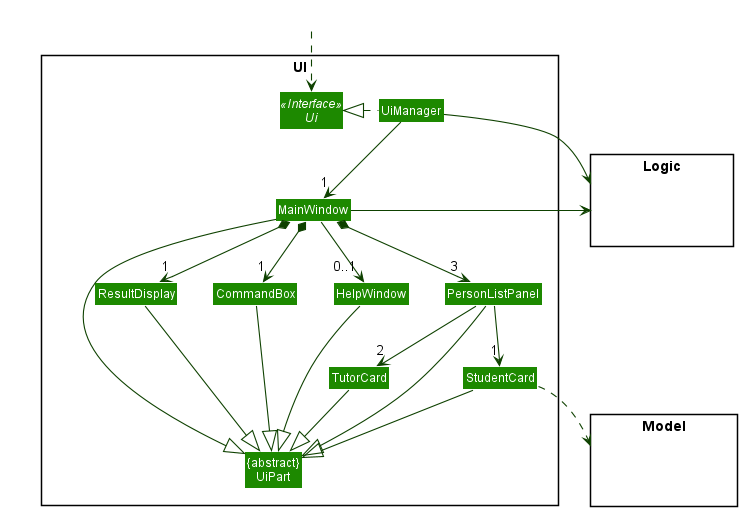
Before: docs/images/UiClassDiagram.png, a diagram exported from PlantUML (tenebrius1/tp).
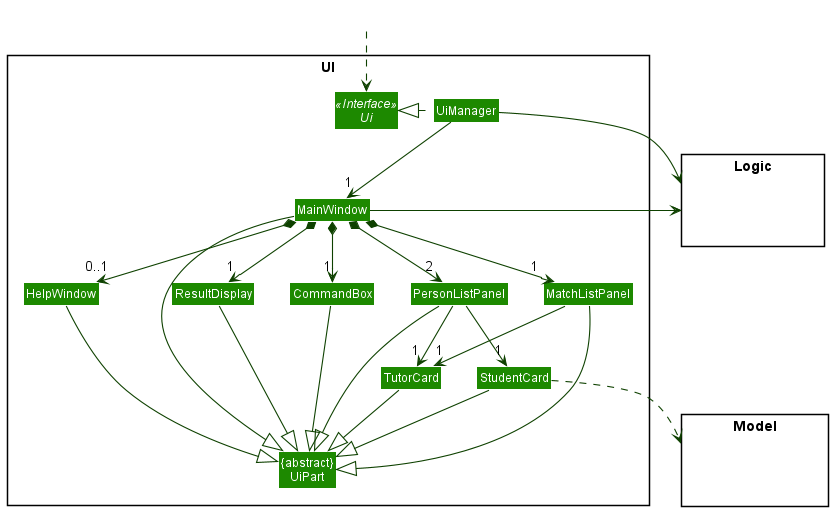
The same file after the commit.

Diff of the diagram source:
```diff
@@ -12,6 +12,7 @@
 Class HelpWindow
 Class ResultDisplay
 Class PersonListPanel
+Class MatchListPanel
 Class StudentCard
 Class TutorCard
 Class CommandBox
@@ -32,17 +33,21 @@
 UiManager -down-> "1" MainWindow
 MainWindow *-down->  "1" CommandBox
 MainWindow *-down-> "1" ResultDisplay
-MainWindow *-down-> "3" PersonListPanel
-MainWindow --> "0..1" HelpWindow
+MainWindow *-down-> "2" PersonListPanel
+MainWindow *-down-> "1" MatchListPanel
+MainWindow *--> "0..1" HelpWindow
 
+PersonListPanel -down-> "1" TutorCard
 PersonListPanel -down-> "1" StudentCard
-PersonListPanel -down-> "2" TutorCard
+
+MatchListPanel -down-> "1" TutorCard
 
 MainWindow -left-|> UiPart
 
 ResultDisplay --|> UiPart
 CommandBox --|> UiPart
 PersonListPanel --|> UiPart
+MatchListPanel --|> UiPart
 StudentCard --|> UiPart
 TutorCard --|> UiPart
 HelpWindow --|> UiPart
```
